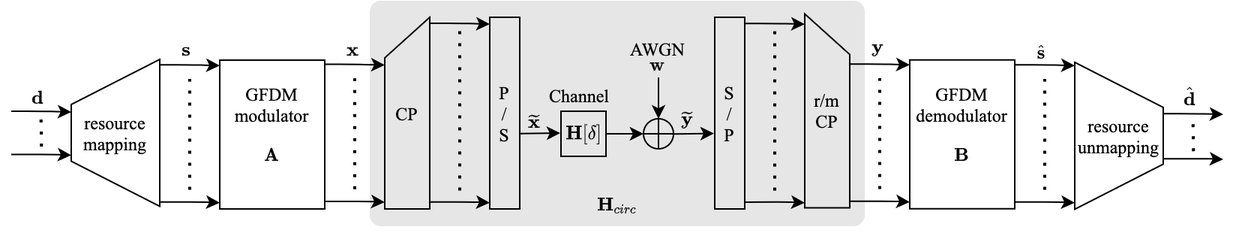
jaylotw/GFDM keeps this draw.io diagram as gfdm_system_model.png. Above is the earlier version. Source tidied: cells renumbered, new cells last; positions are measured from the earlier drawing's top-left corner, leaving out a move shared by most shapes.
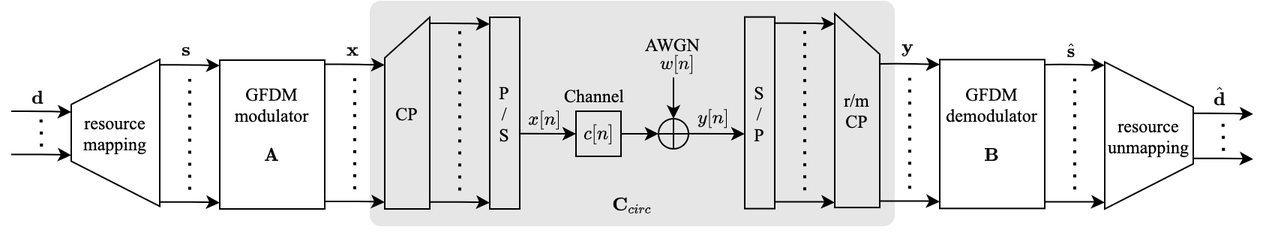
Above is the later version.

Change to the diagram source:
```diff
@@ -3,7 +3,7 @@
     <mxCell id="0" />
     <mxCell id="1" parent="0" />
     <mxCell id="2" style="rounded=1;whiteSpace=wrap;html=1;strokeColor=none;fillColor=#E6E6E6;arcSize=5;" parent="1" vertex="1">
-      <mxGeometry x="239" width="330" height="150" as="geometry" />
+      <mxGeometry x="239" width="350" height="150" as="geometry" />
     </mxCell>
     <mxCell id="3" value="&lt;span style=&quot;color: rgb(0, 0, 0); font-size: 12px; font-style: normal; font-weight: 400; letter-spacing: normal; text-align: center; text-indent: 0px; text-transform: none; word-spacing: 0px; background-color: rgb(248, 249, 250); display: inline; float: none;&quot;&gt;$$\mathbf{d}$$&lt;/span&gt;" style="text;whiteSpace=wrap;html=1;fontFamily=Times New Roman;" parent="1" vertex="1">
       <mxGeometry x="12" y="39" width="10" height="40" as="geometry" />
@@ -14,21 +14,21 @@
     <mxCell id="5" style="edgeStyle=orthogonalEdgeStyle;rounded=0;jettySize=auto;html=1;entryX=0.855;entryY=0.855;entryDx=0;entryDy=0;entryPerimeter=0;fontSize=24;fontFamily=Times New Roman;" parent="1" edge="1" source="6" target="8">
       <mxGeometry relative="1" as="geometry" />
     </mxCell>
-    <mxCell id="6" value="&lt;span style=&quot;&quot;&gt;$$\mathbf{H}[\delta]$$&lt;/span&gt;" style="rounded=0;whiteSpace=wrap;html=1;fontFamily=Times New Roman;fillColor=none;" parent="1" vertex="1">
-      <mxGeometry x="366.5" y="73.5" width="30" height="30" as="geometry" />
+    <mxCell id="6" value="&lt;span&gt;$$c[n]$$&lt;/span&gt;" style="rounded=0;whiteSpace=wrap;html=1;fontFamily=Times New Roman;fillColor=none;" parent="1" vertex="1">
+      <mxGeometry x="376.5" y="73.5" width="30" height="30" as="geometry" />
     </mxCell>
-    <mxCell id="7" value="&lt;span style=&quot;color: rgb(0, 0, 0); font-size: 12px; font-style: normal; font-weight: 400; letter-spacing: normal; text-align: center; text-indent: 0px; text-transform: none; word-spacing: 0px; background-color: rgb(248, 249, 250); display: inline; float: none;&quot;&gt;$$\widetilde{\mathbf{y}}$$&lt;/span&gt;" style="text;whiteSpace=wrap;html=1;fontFamily=Times New Roman;" parent="1" vertex="1">
-      <mxGeometry x="444.5" y="53.2" width="12" height="40" as="geometry" />
+    <mxCell id="7" value="&lt;span style=&quot;color: rgb(0 , 0 , 0) ; font-size: 12px ; font-style: normal ; font-weight: 400 ; letter-spacing: normal ; text-align: center ; text-indent: 0px ; text-transform: none ; word-spacing: 0px ; background-color: rgb(248 , 249 , 250) ; display: inline ; float: none&quot;&gt;$$y[n]$$&lt;/span&gt;" style="text;whiteSpace=wrap;html=1;fontFamily=Times New Roman;" parent="1" vertex="1">
+      <mxGeometry x="456" y="52.1" width="12" height="40" as="geometry" />
     </mxCell>
     <mxCell id="8" style="verticalLabelPosition=bottom;verticalAlign=top;html=1;shape=mxgraph.flowchart.or;rounded=0;direction=south;rotation=45;fontFamily=Times New Roman;fillColor=none;" parent="1" vertex="1">
-      <mxGeometry x="421.5" y="78.5" width="20" height="20" as="geometry" />
+      <mxGeometry x="431.5" y="78.5" width="20" height="20" as="geometry" />
     </mxCell>
-    <mxCell id="9" value="&lt;span style=&quot;color: rgb(0, 0, 0); font-size: 12px; font-style: normal; font-weight: 400; letter-spacing: normal; text-align: center; text-indent: 0px; text-transform: none; word-spacing: 0px; background-color: rgb(248, 249, 250); display: inline; float: none;&quot;&gt;$$\mathbf{w}$$&lt;/span&gt;" style="text;whiteSpace=wrap;html=1;fontFamily=Times New Roman;" parent="1" vertex="1">
-      <mxGeometry x="423.5" y="16.5" width="20" height="40" as="geometry" />
+    <mxCell id="9" value="&lt;span style=&quot;color: rgb(0 , 0 , 0) ; font-size: 12px ; font-style: normal ; font-weight: 400 ; letter-spacing: normal ; text-align: center ; text-indent: 0px ; text-transform: none ; word-spacing: 0px ; background-color: rgb(248 , 249 , 250) ; display: inline ; float: none&quot;&gt;$$w[n]$$&lt;/span&gt;" style="text;whiteSpace=wrap;html=1;fontFamily=Times New Roman;" parent="1" vertex="1">
+      <mxGeometry x="430.5" y="15.5" width="20" height="40" as="geometry" />
     </mxCell>
     <mxCell id="10" style="endArrow=classic;html=1;fontSize=24;entryX=0.145;entryY=0.855;entryDx=0;entryDy=0;entryPerimeter=0;fontFamily=Times New Roman;" parent="1" edge="1" target="8">
       <mxGeometry relative="1" as="geometry">
-        <mxPoint x="431.5" y="51" as="sourcePoint" />
+        <mxPoint x="441.5" y="51" as="sourcePoint" />
       </mxGeometry>
     </mxCell>
     <mxCell id="11" style="edgeStyle=orthogonalEdgeStyle;orthogonalLoop=1;jettySize=auto;html=1;fontFamily=Times New Roman;" parent="1" edge="1">
@@ -110,118 +110,111 @@
       </mxGeometry>
     </mxCell>
     <mxCell id="21" value="S&lt;br&gt;/&lt;br&gt;P" style="rounded=0;whiteSpace=wrap;html=1;fontFamily=Times New Roman;fillColor=none;" parent="1" vertex="1">
-      <mxGeometry x="469" y="11" width="20" height="127.5" as="geometry" />
+      <mxGeometry x="489" y="10.8" width="20" height="127.5" as="geometry" />
     </mxCell>
     <mxCell id="22" style="edgeStyle=orthogonalEdgeStyle;orthogonalLoop=1;jettySize=auto;html=1;fontFamily=Times New Roman;" parent="1" edge="1">
       <mxGeometry relative="1" as="geometry">
-        <mxPoint x="489" y="15.1" as="sourcePoint" />
-        <mxPoint x="529" y="15.6" as="targetPoint" />
+        <mxPoint x="509" y="14.9" as="sourcePoint" />
+        <mxPoint x="549" y="15.4" as="targetPoint" />
         <Array as="points">
-          <mxPoint x="509" y="15.1" />
+          <mxPoint x="529" y="14.9" />
         </Array>
       </mxGeometry>
     </mxCell>
     <mxCell id="23" style="edgeStyle=orthogonalEdgeStyle;orthogonalLoop=1;jettySize=auto;html=1;fontFamily=Times New Roman;" parent="1" edge="1">
       <mxGeometry relative="1" as="geometry">
-        <mxPoint x="489" y="133.9" as="sourcePoint" />
-        <mxPoint x="529" y="134.4" as="targetPoint" />
+        <mxPoint x="509" y="133.7" as="sourcePoint" />
+        <mxPoint x="549" y="134.2" as="targetPoint" />
         <Array as="points">
-          <mxPoint x="519" y="134.4" />
-          <mxPoint x="519" y="134.4" />
+          <mxPoint x="539" y="134.2" />
+          <mxPoint x="539" y="134.2" />
         </Array>
       </mxGeometry>
     </mxCell>
     <mxCell id="24" style="endArrow=none;dashed=1;html=1;dashPattern=1 3;strokeWidth=2;fontFamily=Times New Roman;" parent="1" edge="1">
       <mxGeometry relative="1" as="geometry">
-        <mxPoint x="509" y="126.3" as="sourcePoint" />
-        <mxPoint x="509" y="18.8" as="targetPoint" />
+        <mxPoint x="529" y="126.1" as="sourcePoint" />
+        <mxPoint x="529" y="18.6" as="targetPoint" />
       </mxGeometry>
     </mxCell>
     <mxCell id="25" value="&lt;span&gt;r/m&lt;br&gt;CP&lt;/span&gt;" style="shape=manualInput;whiteSpace=wrap;html=1;size=27;flipH=1;fontFamily=Times New Roman;fillColor=none;" parent="1" vertex="1">
-      <mxGeometry x="529" y="8.8" width="30" height="129" as="geometry" />
+      <mxGeometry x="549" y="8.6" width="30" height="129" as="geometry" />
     </mxCell>
     <mxCell id="26" style="edgeStyle=orthogonalEdgeStyle;orthogonalLoop=1;jettySize=auto;html=1;fontFamily=Times New Roman;" parent="1" edge="1">
       <mxGeometry relative="1" as="geometry">
-        <mxPoint x="559" y="42.1" as="sourcePoint" />
-        <mxPoint x="599" y="42.6" as="targetPoint" />
+        <mxPoint x="579" y="41.9" as="sourcePoint" />
+        <mxPoint x="619" y="42.4" as="targetPoint" />
         <Array as="points">
-          <mxPoint x="579" y="42.1" />
+          <mxPoint x="599" y="41.9" />
         </Array>
       </mxGeometry>
     </mxCell>
     <mxCell id="27" style="edgeStyle=orthogonalEdgeStyle;orthogonalLoop=1;jettySize=auto;html=1;fontFamily=Times New Roman;" parent="1" edge="1">
       <mxGeometry relative="1" as="geometry">
-        <mxPoint x="559" y="133.4" as="sourcePoint" />
-        <mxPoint x="599" y="133.9" as="targetPoint" />
+        <mxPoint x="579" y="133.2" as="sourcePoint" />
+        <mxPoint x="619" y="133.7" as="targetPoint" />
         <Array as="points">
-          <mxPoint x="589" y="133.9" />
-          <mxPoint x="589" y="133.9" />
+          <mxPoint x="609" y="133.7" />
+          <mxPoint x="609" y="133.7" />
         </Array>
       </mxGeometry>
     </mxCell>
     <mxCell id="28" style="endArrow=none;dashed=1;html=1;dashPattern=1 3;strokeWidth=2;fontFamily=Times New Roman;" parent="1" edge="1">
       <mxGeometry relative="1" as="geometry">
-        <mxPoint x="579" y="125.3" as="sourcePoint" />
-        <mxPoint x="579" y="51.5" as="targetPoint" />
+        <mxPoint x="599" y="125.1" as="sourcePoint" />
+        <mxPoint x="599" y="51.3" as="targetPoint" />
       </mxGeometry>
     </mxCell>
     <mxCell id="29" style="edgeStyle=orthogonalEdgeStyle;orthogonalLoop=1;jettySize=auto;html=1;fontFamily=Times New Roman;" parent="1" edge="1">
       <mxGeometry relative="1" as="geometry">
-        <mxPoint x="768" y="75.1" as="sourcePoint" />
-        <mxPoint x="808" y="75.6" as="targetPoint" />
+        <mxPoint x="788" y="74.9" as="sourcePoint" />
+        <mxPoint x="828" y="75.4" as="targetPoint" />
         <Array as="points">
-          <mxPoint x="788" y="75.6" />
+          <mxPoint x="808" y="75.4" />
         </Array>
       </mxGeometry>
     </mxCell>
     <mxCell id="30" style="endArrow=none;dashed=1;html=1;dashPattern=1 3;strokeWidth=2;fontFamily=Times New Roman;" parent="1" edge="1">
       <mxGeometry relative="1" as="geometry">
-        <mxPoint x="788.1" y="100.1" as="sourcePoint" />
-        <mxPoint x="787.9" y="77.6" as="targetPoint" />
+        <mxPoint x="808.1" y="99.9" as="sourcePoint" />
+        <mxPoint x="807.9" y="77.4" as="targetPoint" />
       </mxGeometry>
     </mxCell>
     <mxCell id="31" style="edgeStyle=orthogonalEdgeStyle;orthogonalLoop=1;jettySize=auto;html=1;fontFamily=Times New Roman;" parent="1" edge="1">
       <mxGeometry relative="1" as="geometry">
-        <mxPoint x="768" y="105.1" as="sourcePoint" />
-        <mxPoint x="808" y="105.6" as="targetPoint" />
+        <mxPoint x="788" y="104.9" as="sourcePoint" />
+        <mxPoint x="828" y="105.4" as="targetPoint" />
         <Array as="points">
-          <mxPoint x="798" y="105.6" />
-          <mxPoint x="798" y="105.6" />
+          <mxPoint x="818" y="105.4" />
+          <mxPoint x="818" y="105.4" />
         </Array>
       </mxGeometry>
     </mxCell>
     <mxCell id="32" value="&lt;span style=&quot;color: rgb(0, 0, 0); font-size: 12px; font-style: normal; font-weight: 400; letter-spacing: normal; text-align: center; text-indent: 0px; text-transform: none; word-spacing: 0px; background-color: rgb(248, 249, 250); display: inline; float: none;&quot;&gt;$$\hat{\mathbf{d}}$$&lt;/span&gt;" style="text;whiteSpace=wrap;html=1;fontFamily=Times New Roman;" parent="1" vertex="1">
-      <mxGeometry x="780.1" y="37.1" width="20" height="40" as="geometry" />
+      <mxGeometry x="800.1" y="36.9" width="20" height="40" as="geometry" />
     </mxCell>
-    <mxCell id="33" value="&lt;span style=&quot;color: rgb(0, 0, 0); font-size: 12px; font-style: normal; font-weight: 400; letter-spacing: normal; text-align: center; text-indent: 0px; text-transform: none; word-spacing: 0px; background-color: rgb(248, 249, 250); display: inline; float: none;&quot;&gt;$$\widetilde{\mathbf{x}}$$&lt;/span&gt;" style="text;whiteSpace=wrap;html=1;fontFamily=Times New Roman;" parent="1" vertex="1">
-      <mxGeometry x="343" y="55.2" width="12" height="40" as="geometry" />
+    <mxCell id="33" value="&lt;span style=&quot;color: rgb(0 , 0 , 0) ; font-size: 12px ; font-style: normal ; font-weight: 400 ; letter-spacing: normal ; text-align: center ; text-indent: 0px ; text-transform: none ; word-spacing: 0px ; background-color: rgb(248 , 249 , 250) ; display: inline ; float: none&quot;&gt;$${x[n]}$$&lt;/span&gt;" style="text;whiteSpace=wrap;html=1;fontFamily=Times New Roman;" parent="1" vertex="1">
+      <mxGeometry x="343" y="53.2" width="12" height="40" as="geometry" />
     </mxCell>
     <mxCell id="34" value="&lt;span style=&quot;color: rgb(0, 0, 0); font-size: 12px; font-style: normal; font-weight: 400; letter-spacing: normal; text-align: center; text-indent: 0px; text-transform: none; word-spacing: 0px; display: inline; float: none;&quot;&gt;Channel&lt;/span&gt;" style="text;whiteSpace=wrap;html=1;fontFamily=Times New Roman;labelBackgroundColor=none;" parent="1" vertex="1">
-      <mxGeometry x="357" y="50" width="49" height="20" as="geometry" />
+      <mxGeometry x="367" y="50" width="49" height="20" as="geometry" />
     </mxCell>
     <mxCell id="35" value="&lt;span style=&quot;color: rgb(0, 0, 0); font-size: 12px; font-style: normal; font-weight: 400; letter-spacing: normal; text-align: center; text-indent: 0px; text-transform: none; word-spacing: 0px; background-color: rgb(248, 249, 250); display: inline; float: none;&quot;&gt;$${\mathbf{x}}$$&lt;/span&gt;" style="text;whiteSpace=wrap;html=1;fontFamily=Times New Roman;" parent="1" vertex="1">
       <mxGeometry x="222" y="6.5" width="12" height="40" as="geometry" />
     </mxCell>
     <mxCell id="36" value="&lt;span style=&quot;color: rgb(0, 0, 0); font-size: 12px; font-style: normal; font-weight: 400; letter-spacing: normal; text-align: center; text-indent: 0px; text-transform: none; word-spacing: 0px; background-color: rgb(248, 249, 250); display: inline; float: none;&quot;&gt;$${\mathbf{y}}$$&lt;/span&gt;" style="text;whiteSpace=wrap;html=1;fontFamily=Times New Roman;" parent="1" vertex="1">
-      <mxGeometry x="572" y="5" width="12" height="40" as="geometry" />
+      <mxGeometry x="592" y="4.8" width="12" height="40" as="geometry" />
     </mxCell>
     <mxCell id="37" value="&lt;span style=&quot;color: rgb(0, 0, 0); font-size: 12px; font-style: normal; font-weight: 400; letter-spacing: normal; text-align: center; text-indent: 0px; text-transform: none; word-spacing: 0px; background-color: rgb(248, 249, 250); display: inline; float: none;&quot;&gt;$${\mathbf{s}}$$&lt;/span&gt;" style="text;whiteSpace=wrap;html=1;fontFamily=Times New Roman;" parent="1" vertex="1">
       <mxGeometry x="112" y="6.5" width="12" height="40" as="geometry" />
     </mxCell>
-    <mxCell id="38" style="endArrow=classic;html=1;fontFamily=Times New Roman;" parent="1" edge="1">
+    <mxCell id="38" style="endArrow=classic;html=1;fontFamily=Times New Roman;entryX=0;entryY=0.5;entryDx=0;entryDy=0;" parent="1" edge="1" target="6">
       <mxGeometry relative="1" as="geometry">
         <mxPoint x="339" y="88.4" as="sourcePoint" />
-        <mxPoint x="366" y="88" as="targetPoint" />
       </mxGeometry>
     </mxCell>
-    <mxCell id="39" style="endArrow=classic;html=1;fontFamily=Times New Roman;" parent="1" edge="1">
-      <mxGeometry relative="1" as="geometry">
-        <mxPoint x="441.5" y="88.6" as="sourcePoint" />
-        <mxPoint x="468.5" y="88.3" as="targetPoint" />
-      </mxGeometry>
-    </mxCell>
     <mxCell id="40" value="&lt;span style=&quot;color: rgb(0, 0, 0); font-size: 12px; font-style: normal; font-weight: 400; letter-spacing: normal; text-align: center; text-indent: 0px; text-transform: none; word-spacing: 0px; display: inline; float: none;&quot;&gt;AWGN&lt;/span&gt;" style="text;whiteSpace=wrap;html=1;fontFamily=Times New Roman;labelBackgroundColor=none;" parent="1" vertex="1">
-      <mxGeometry x="411" y="18.5" width="39" height="20" as="geometry" />
+      <mxGeometry x="421" y="15.5" width="39" height="20" as="geometry" />
     </mxCell>
     <mxCell id="41" value="GFDM&lt;br&gt;modulator&lt;br&gt;$$\mathbf{A}$$" style="rounded=0;whiteSpace=wrap;html=1;fontFamily=Times New Roman;fillColor=none;" parent="1" vertex="1">
       <mxGeometry x="139" y="39.5" width="70" height="99" as="geometry" />
@@ -255,41 +248,47 @@
       <mxGeometry x="40" y="39" width="59" height="97.8" as="geometry" />
     </mxCell>
     <mxCell id="46" value="GFDM&lt;br&gt;demodulator&lt;br&gt;$$\mathbf{B}$$" style="rounded=0;whiteSpace=wrap;html=1;fontFamily=Times New Roman;fillColor=none;" parent="1" vertex="1">
-      <mxGeometry x="599" y="39.4" width="70" height="99" as="geometry" />
+      <mxGeometry x="619" y="39.2" width="70" height="99" as="geometry" />
     </mxCell>
     <mxCell id="47" value="resource&lt;br&gt;unmapping" style="shape=trapezoid;perimeter=trapezoidPerimeter;whiteSpace=wrap;html=1;fixedSize=1;fillColor=none;rotation=0;fontFamily=Times New Roman;labelPosition=center;verticalLabelPosition=middle;align=center;verticalAlign=middle;direction=south;size=30.009999999999998;horizontal=1;" parent="1" vertex="1">
-      <mxGeometry x="709" y="40.9" width="59" height="97.8" as="geometry" />
+      <mxGeometry x="729" y="40.8" width="59" height="97.8" as="geometry" />
     </mxCell>
     <mxCell id="48" style="edgeStyle=orthogonalEdgeStyle;orthogonalLoop=1;jettySize=auto;html=1;fontFamily=Times New Roman;" parent="1" edge="1">
       <mxGeometry relative="1" as="geometry">
-        <mxPoint x="669" y="42.6" as="sourcePoint" />
-        <mxPoint x="709" y="43.1" as="targetPoint" />
+        <mxPoint x="689" y="42.4" as="sourcePoint" />
+        <mxPoint x="729" y="42.9" as="targetPoint" />
         <Array as="points">
-          <mxPoint x="689" y="42.6" />
+          <mxPoint x="709" y="42.4" />
         </Array>
       </mxGeometry>
     </mxCell>
     <mxCell id="49" style="edgeStyle=orthogonalEdgeStyle;orthogonalLoop=1;jettySize=auto;html=1;fontFamily=Times New Roman;" parent="1" edge="1">
       <mxGeometry relative="1" as="geometry">
-        <mxPoint x="669" y="133.9" as="sourcePoint" />
-        <mxPoint x="709" y="134.4" as="targetPoint" />
+        <mxPoint x="689" y="133.7" as="sourcePoint" />
+        <mxPoint x="729" y="134.2" as="targetPoint" />
         <Array as="points">
-          <mxPoint x="699" y="134.4" />
-          <mxPoint x="699" y="134.4" />
+          <mxPoint x="719" y="134.2" />
+          <mxPoint x="719" y="134.2" />
         </Array>
       </mxGeometry>
     </mxCell>
     <mxCell id="50" style="endArrow=none;dashed=1;html=1;dashPattern=1 3;strokeWidth=2;fontFamily=Times New Roman;" parent="1" edge="1">
       <mxGeometry relative="1" as="geometry">
-        <mxPoint x="689" y="125.8" as="sourcePoint" />
-        <mxPoint x="689" y="52" as="targetPoint" />
+        <mxPoint x="709" y="125.6" as="sourcePoint" />
+        <mxPoint x="709" y="51.8" as="targetPoint" />
       </mxGeometry>
     </mxCell>
     <mxCell id="51" value="&lt;span style=&quot;color: rgb(0 , 0 , 0) ; font-size: 12px ; font-style: normal ; font-weight: 400 ; letter-spacing: normal ; text-align: center ; text-indent: 0px ; text-transform: none ; word-spacing: 0px ; background-color: rgb(248 , 249 , 250) ; display: inline ; float: none&quot;&gt;$$\hat{\mathbf{s}}$$&lt;/span&gt;" style="text;whiteSpace=wrap;html=1;fontFamily=Times New Roman;" parent="1" vertex="1">
-      <mxGeometry x="682" y="8.5" width="20" height="40" as="geometry" />
+      <mxGeometry x="702" y="8.3" width="20" height="40" as="geometry" />
     </mxCell>
-    <mxCell id="52" value="&lt;span style=&quot;color: rgb(0, 0, 0); font-size: 12px; font-style: normal; font-weight: 400; letter-spacing: normal; text-indent: 0px; text-transform: none; word-spacing: 0px; background-color: rgb(248, 249, 250); display: inline; float: none;&quot;&gt;$${\mathbf{H}_{circ}}$$&lt;/span&gt;" style="text;whiteSpace=wrap;html=1;fontFamily=Times New Roman;align=center;" parent="1" vertex="1">
-      <mxGeometry x="386.8" y="110" width="34.5" height="40" as="geometry" />
+    <mxCell id="52" value="&lt;span style=&quot;color: rgb(0 , 0 , 0) ; font-size: 12px ; font-style: normal ; font-weight: 400 ; letter-spacing: normal ; text-indent: 0px ; text-transform: none ; word-spacing: 0px ; background-color: rgb(248 , 249 , 250) ; display: inline ; float: none&quot;&gt;$${\mathbf{C}_{circ}}$$&lt;/span&gt;" style="text;whiteSpace=wrap;html=1;fontFamily=Times New Roman;align=center;" parent="1" vertex="1">
+      <mxGeometry x="396.8" y="110" width="34.5" height="40" as="geometry" />
     </mxCell>
+    <mxCell id="53" style="endArrow=classic;html=1;fontFamily=Times New Roman;entryX=0;entryY=0.5;entryDx=0;entryDy=0;" parent="1" edge="1">
+      <mxGeometry relative="1" as="geometry">
+        <mxPoint x="451.5" y="88.4" as="sourcePoint" />
+        <mxPoint x="489" y="88.5" as="targetPoint" />
+      </mxGeometry>
+    </mxCell>
   </root>
 </mxGraphModel>
```
